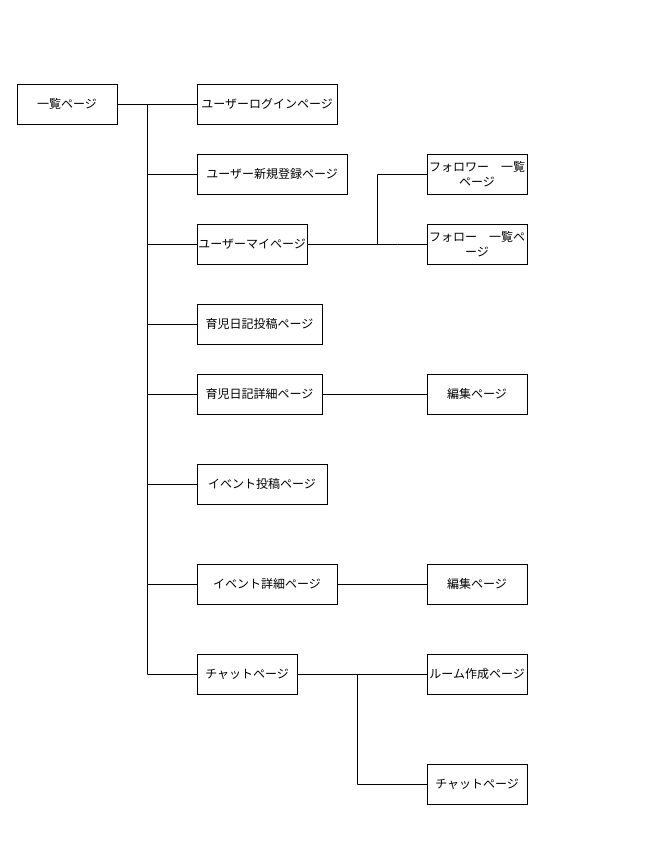
Before: draw.dio in ran-tomine/original-app, a draw.io diagram. Source tidied: cells renumbered, new cells numbered last; positions are measured from the earlier drawing's top-left corner, leaving out a move shared by most shapes. Both pictures are drawn from the tidied source at 100%, with x=0, y=0 at pixel (17, 84).
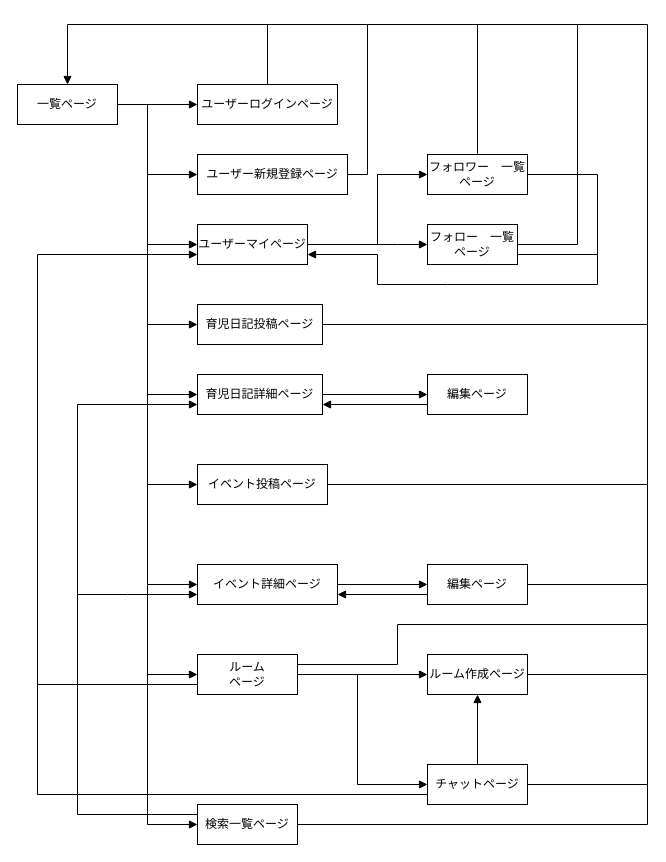
The same page after the edit.

The change refers to these unchanged cells:
```xml
<mxCell id="3" value="一覧ページ&lt;br&gt;" style="whiteSpace=wrap;html=1;align=center;" parent="1" vertex="1">
  <mxGeometry width="100" height="40" as="geometry" />
</mxCell>
<mxCell id="4" value="ユーザーログインページ&lt;br&gt;" style="whiteSpace=wrap;html=1;align=center;" parent="1" vertex="1">
  <mxGeometry x="180" width="140" height="40" as="geometry" />
</mxCell>
<mxCell id="7" value="ユーザー新規登録ページ&lt;br&gt;" style="whiteSpace=wrap;html=1;align=center;" parent="1" vertex="1">
  <mxGeometry x="180" y="70" width="150" height="40" as="geometry" />
</mxCell>
<mxCell id="9" value="ユーザーマイページ" style="whiteSpace=wrap;html=1;align=center;" parent="1" vertex="1">
  <mxGeometry x="180" y="140" width="110" height="40" as="geometry" />
</mxCell>
<mxCell id="11" value="育児日記投稿ページ" style="whiteSpace=wrap;html=1;align=center;" parent="1" vertex="1">
  <mxGeometry x="180" y="220" width="125" height="40" as="geometry" />
</mxCell>
<mxCell id="14" value="育児日記詳細ページ" style="whiteSpace=wrap;html=1;align=center;" parent="1" vertex="1">
  <mxGeometry x="180" y="290" width="125" height="40" as="geometry" />
</mxCell>
<mxCell id="16" value="イベント投稿ページ" style="whiteSpace=wrap;html=1;align=center;" parent="1" vertex="1">
  <mxGeometry x="180" y="380" width="130" height="40" as="geometry" />
</mxCell>
<mxCell id="19" value="イベント詳細ページ" style="whiteSpace=wrap;html=1;align=center;" parent="1" vertex="1">
  <mxGeometry x="180" y="480" width="140" height="40" as="geometry" />
</mxCell>
<mxCell id="22" value="フォロワー　一覧ページ" style="whiteSpace=wrap;html=1;align=center;" parent="1" vertex="1">
  <mxGeometry x="410" y="70" width="100" height="40" as="geometry" />
</mxCell>
<mxCell id="23" value="編集ページ" style="whiteSpace=wrap;html=1;align=center;" parent="1" vertex="1">
  <mxGeometry x="410" y="290" width="100" height="40" as="geometry" />
</mxCell>
<mxCell id="24" value="編集ページ" style="whiteSpace=wrap;html=1;align=center;" parent="1" vertex="1">
  <mxGeometry x="410" y="480" width="100" height="40" as="geometry" />
</mxCell>
<mxCell id="28" value="ルーム作成ページ" style="whiteSpace=wrap;html=1;align=center;" parent="1" vertex="1">
  <mxGeometry x="410" y="570" width="100" height="40" as="geometry" />
</mxCell>
<mxCell id="30" value="チャットページ" style="whiteSpace=wrap;html=1;align=center;" parent="1" vertex="1">
  <mxGeometry x="410" y="680" width="100" height="40" as="geometry" />
</mxCell>
```

Diff of the diagram source:
```diff
@@
-    <mxCell id="2" style="edgeStyle=none;html=1;exitX=1;exitY=0.5;exitDx=0;exitDy=0;entryX=0;entryY=0.5;entryDx=0;entryDy=0;rounded=0;endArrow=none;endFill=0;" parent="1" edge="1" source="3" target="4">
+    <mxCell id="2" style="edgeStyle=none;html=1;exitX=1;exitY=0.5;exitDx=0;exitDy=0;entryX=0;entryY=0.5;entryDx=0;entryDy=0;rounded=0;endArrow=block;endFill=1;" parent="1" edge="1" source="3" target="4">
       <mxGeometry relative="1" as="geometry" />
     </mxCell>
@@
+    <mxCell id="31" style="edgeStyle=none;html=1;exitX=0.5;exitY=0;exitDx=0;exitDy=0;endArrow=block;endFill=1;entryX=0.5;entryY=0;entryDx=0;entryDy=0;rounded=0;" parent="1" edge="1" source="4" target="3">
+      <mxGeometry relative="1" as="geometry">
+        <Array as="points">
+          <mxPoint x="250" y="-60" />
+          <mxPoint x="50" y="-60" />
+        </Array>
+      </mxGeometry>
+    </mxCell>
@@
-    <mxCell id="5" style="edgeStyle=none;html=1;exitX=0;exitY=0.5;exitDx=0;exitDy=0;rounded=0;endArrow=none;endFill=0;" parent="1" edge="1" source="7">
+    <mxCell id="5" style="edgeStyle=none;html=1;exitX=0;exitY=0.5;exitDx=0;exitDy=0;rounded=0;endArrow=none;endFill=0;startArrow=block;startFill=1;" parent="1" edge="1" source="7">
       <mxGeometry relative="1" as="geometry">
         <mxPoint x="130" y="20" as="targetPoint" />
         <Array as="points">
           <mxPoint x="130" y="90" />
         </Array>
       </mxGeometry>
     </mxCell>
-    <mxCell id="6" style="edgeStyle=none;html=1;exitX=1;exitY=0.5;exitDx=0;exitDy=0;entryX=0;entryY=0.5;entryDx=0;entryDy=0;endArrow=none;endFill=0;" parent="1" edge="1" source="9" target="20">
+    <mxCell id="6" style="edgeStyle=none;html=1;exitX=1;exitY=0.5;exitDx=0;exitDy=0;entryX=0;entryY=0.5;entryDx=0;entryDy=0;endArrow=block;endFill=1;" parent="1" edge="1" source="9" target="20">
       <mxGeometry relative="1" as="geometry">
         <Array as="points">
           <mxPoint x="370" y="160" />
         </Array>
       </mxGeometry>
     </mxCell>
+    <mxCell id="32" style="edgeStyle=none;rounded=0;html=1;exitX=1;exitY=0.5;exitDx=0;exitDy=0;endArrow=none;endFill=0;" parent="1" edge="1" source="7">
+      <mxGeometry relative="1" as="geometry">
+        <mxPoint x="250" y="-60" as="targetPoint" />
+        <Array as="points">
+          <mxPoint x="350" y="90" />
+          <mxPoint x="350" y="-60" />
+        </Array>
+      </mxGeometry>
+    </mxCell>
@@
-    <mxCell id="8" style="edgeStyle=none;html=1;exitX=0;exitY=0.5;exitDx=0;exitDy=0;rounded=0;endArrow=none;endFill=0;" parent="1" edge="1" source="9">
+    <mxCell id="8" style="edgeStyle=none;html=1;exitX=0;exitY=0.5;exitDx=0;exitDy=0;rounded=0;endArrow=none;endFill=0;startArrow=block;startFill=1;" parent="1" edge="1" source="9">
       <mxGeometry relative="1" as="geometry">
         <mxPoint x="130" y="80" as="targetPoint" />
         <Array as="points">
           <mxPoint x="130" y="160" />
         </Array>
       </mxGeometry>
     </mxCell>
@@
-    <mxCell id="10" style="edgeStyle=none;html=1;exitX=0;exitY=0.5;exitDx=0;exitDy=0;endArrow=none;endFill=0;rounded=0;" parent="1" edge="1" source="11">
+    <mxCell id="10" style="edgeStyle=none;html=1;exitX=0;exitY=0.5;exitDx=0;exitDy=0;endArrow=none;endFill=0;rounded=0;startArrow=block;startFill=1;" parent="1" edge="1" source="11">
       <mxGeometry relative="1" as="geometry">
         <mxPoint x="130" y="160" as="targetPoint" />
         <Array as="points">
           <mxPoint x="130" y="240" />
         </Array>
       </mxGeometry>
     </mxCell>
+    <mxCell id="33" style="edgeStyle=none;rounded=0;html=1;exitX=1;exitY=0.5;exitDx=0;exitDy=0;startArrow=none;startFill=0;endArrow=none;endFill=0;" parent="1" edge="1" source="11">
+      <mxGeometry relative="1" as="geometry">
+        <mxPoint x="560" y="-60" as="targetPoint" />
+        <Array as="points">
+          <mxPoint x="630" y="240" />
+          <mxPoint x="630" y="-60" />
+        </Array>
+      </mxGeometry>
+    </mxCell>
@@
-    <mxCell id="12" style="edgeStyle=none;html=1;exitX=0;exitY=0.5;exitDx=0;exitDy=0;rounded=0;endArrow=none;endFill=0;" parent="1" edge="1" source="14">
+    <mxCell id="12" style="edgeStyle=none;html=1;exitX=0;exitY=0.5;exitDx=0;exitDy=0;rounded=0;endArrow=none;endFill=0;startArrow=block;startFill=1;" parent="1" edge="1" source="14">
       <mxGeometry relative="1" as="geometry">
         <mxPoint x="130" y="240" as="targetPoint" />
         <Array as="points">
           <mxPoint x="130" y="310" />
         </Array>
       </mxGeometry>
     </mxCell>
-    <mxCell id="13" style="edgeStyle=none;html=1;exitX=1;exitY=0.5;exitDx=0;exitDy=0;entryX=0;entryY=0.5;entryDx=0;entryDy=0;endArrow=none;endFill=0;" parent="1" edge="1" source="14" target="23">
+    <mxCell id="13" style="edgeStyle=none;html=1;exitX=1;exitY=0.5;exitDx=0;exitDy=0;entryX=0;entryY=0.5;entryDx=0;entryDy=0;endArrow=block;endFill=1;" parent="1" edge="1" source="14" target="23">
       <mxGeometry relative="1" as="geometry" />
     </mxCell>
+    <mxCell id="34" style="edgeStyle=none;rounded=0;html=1;exitX=0;exitY=0.75;exitDx=0;exitDy=0;startArrow=block;startFill=1;endArrow=none;endFill=0;" parent="1" edge="1" source="14">
+      <mxGeometry relative="1" as="geometry">
+        <mxPoint x="60" y="510" as="targetPoint" />
+        <Array as="points">
+          <mxPoint x="60" y="320" />
+        </Array>
+      </mxGeometry>
+    </mxCell>
@@
-    <mxCell id="15" style="edgeStyle=none;html=1;exitX=0;exitY=0.5;exitDx=0;exitDy=0;rounded=0;endArrow=none;endFill=0;" parent="1" edge="1" source="16">
+    <mxCell id="15" style="edgeStyle=none;html=1;exitX=0;exitY=0.5;exitDx=0;exitDy=0;rounded=0;endArrow=none;endFill=0;startArrow=block;startFill=1;" parent="1" edge="1" source="16">
       <mxGeometry relative="1" as="geometry">
         <mxPoint x="130" y="310" as="targetPoint" />
         <Array as="points">
           <mxPoint x="130" y="400" />
         </Array>
       </mxGeometry>
     </mxCell>
+    <mxCell id="35" style="edgeStyle=none;rounded=0;html=1;exitX=1;exitY=0.5;exitDx=0;exitDy=0;startArrow=none;startFill=0;endArrow=none;endFill=0;" parent="1" edge="1" source="16">
+      <mxGeometry relative="1" as="geometry">
+        <mxPoint x="630" y="240" as="targetPoint" />
+        <Array as="points">
+          <mxPoint x="630" y="400" />
+        </Array>
+      </mxGeometry>
+    </mxCell>
@@
-    <mxCell id="17" style="edgeStyle=none;html=1;exitX=0;exitY=0.5;exitDx=0;exitDy=0;rounded=0;endArrow=none;endFill=0;" parent="1" edge="1" source="19">
+    <mxCell id="17" style="edgeStyle=none;html=1;exitX=0;exitY=0.5;exitDx=0;exitDy=0;rounded=0;endArrow=none;endFill=0;startArrow=block;startFill=1;" parent="1" edge="1" source="19">
       <mxGeometry relative="1" as="geometry">
         <mxPoint x="130" y="400" as="targetPoint" />
         <Array as="points">
           <mxPoint x="130" y="500" />
         </Array>
       </mxGeometry>
     </mxCell>
-    <mxCell id="18" style="edgeStyle=none;html=1;endArrow=none;endFill=0;" parent="1" edge="1" source="19" target="24">
+    <mxCell id="18" style="edgeStyle=none;html=1;endArrow=block;endFill=1;startArrow=none;startFill=0;" parent="1" edge="1" source="19" target="24">
       <mxGeometry relative="1" as="geometry" />
     </mxCell>
@@
+    <mxCell id="36" style="edgeStyle=none;rounded=0;html=1;exitX=1;exitY=0.5;exitDx=0;exitDy=0;startArrow=none;startFill=0;endArrow=none;endFill=0;" parent="1" edge="1" source="20">
+      <mxGeometry relative="1" as="geometry">
+        <mxPoint x="460" y="-60" as="targetPoint" />
+        <Array as="points">
+          <mxPoint x="560" y="160" />
+          <mxPoint x="560" y="-60" />
+        </Array>
+      </mxGeometry>
+    </mxCell>
+    <mxCell id="37" style="edgeStyle=none;rounded=0;html=1;exitX=1;exitY=0.75;exitDx=0;exitDy=0;startArrow=none;startFill=0;endArrow=none;endFill=0;" parent="1" edge="1" source="20">
+      <mxGeometry relative="1" as="geometry">
+        <mxPoint x="580" y="170" as="targetPoint" />
+      </mxGeometry>
+    </mxCell>
     <mxCell id="20" value="フォロー　一覧ページ" style="whiteSpace=wrap;html=1;align=center;" parent="1" vertex="1">
-      <mxGeometry x="410" y="140" width="100" height="40" as="geometry" />
+      <mxGeometry x="410" y="140" width="90" height="40" as="geometry" />
     </mxCell>
-    <mxCell id="21" style="edgeStyle=none;rounded=0;html=1;exitX=0;exitY=0.5;exitDx=0;exitDy=0;endArrow=none;endFill=0;" parent="1" edge="1" source="22">
+    <mxCell id="21" style="edgeStyle=none;rounded=0;html=1;endArrow=none;endFill=0;startArrow=block;startFill=1;" parent="1" edge="1">
       <mxGeometry relative="1" as="geometry">
+        <mxPoint x="410" y="90" as="sourcePoint" />
         <mxPoint x="360" y="160" as="targetPoint" />
         <Array as="points">
           <mxPoint x="360" y="90" />
         </Array>
       </mxGeometry>
     </mxCell>
+    <mxCell id="38" style="edgeStyle=none;rounded=0;html=1;exitX=0.5;exitY=0;exitDx=0;exitDy=0;startArrow=none;startFill=0;endArrow=none;endFill=0;" parent="1" edge="1" source="22">
+      <mxGeometry relative="1" as="geometry">
+        <mxPoint x="350" y="-60" as="targetPoint" />
+        <Array as="points">
+          <mxPoint x="460" y="-60" />
+        </Array>
+      </mxGeometry>
+    </mxCell>
+    <mxCell id="39" style="edgeStyle=none;rounded=0;html=1;exitX=1;exitY=0.5;exitDx=0;exitDy=0;startArrow=none;startFill=0;endArrow=block;endFill=1;entryX=1;entryY=0.75;entryDx=0;entryDy=0;" parent="1" edge="1" source="22" target="9">
+      <mxGeometry relative="1" as="geometry">
+        <Array as="points">
+          <mxPoint x="580" y="90" />
+          <mxPoint x="580" y="200" />
+          <mxPoint x="430" y="200" />
+          <mxPoint x="360" y="200" />
+          <mxPoint x="360" y="170" />
+        </Array>
+      </mxGeometry>
+    </mxCell>
@@
+    <mxCell id="40" style="edgeStyle=none;rounded=0;html=1;exitX=0;exitY=0.75;exitDx=0;exitDy=0;entryX=1;entryY=0.75;entryDx=0;entryDy=0;startArrow=none;startFill=0;endArrow=block;endFill=1;" parent="1" edge="1" source="23" target="14">
+      <mxGeometry relative="1" as="geometry" />
+    </mxCell>
@@
+    <mxCell id="41" style="edgeStyle=none;rounded=0;html=1;exitX=0;exitY=0.75;exitDx=0;exitDy=0;entryX=1;entryY=0.75;entryDx=0;entryDy=0;startArrow=none;startFill=0;endArrow=block;endFill=1;" parent="1" edge="1" source="24" target="19">
+      <mxGeometry relative="1" as="geometry" />
+    </mxCell>
+    <mxCell id="42" style="edgeStyle=none;rounded=0;html=1;exitX=1;exitY=0.5;exitDx=0;exitDy=0;startArrow=none;startFill=0;endArrow=none;endFill=0;" parent="1" edge="1" source="24">
+      <mxGeometry relative="1" as="geometry">
+        <mxPoint x="630" y="400" as="targetPoint" />
+        <Array as="points">
+          <mxPoint x="630" y="500" />
+        </Array>
+      </mxGeometry>
+    </mxCell>
@@
-    <mxCell id="25" style="edgeStyle=none;html=1;exitX=0;exitY=0.5;exitDx=0;exitDy=0;rounded=0;endArrow=none;endFill=0;" parent="1" edge="1" source="27">
+    <mxCell id="25" style="edgeStyle=none;html=1;rounded=0;endArrow=none;endFill=0;startArrow=block;startFill=1;" parent="1" edge="1">
       <mxGeometry relative="1" as="geometry">
+        <mxPoint x="180" y="590" as="sourcePoint" />
         <mxPoint x="130" y="500" as="targetPoint" />
         <Array as="points">
           <mxPoint x="130" y="590" />
         </Array>
       </mxGeometry>
     </mxCell>
-    <mxCell id="26" style="edgeStyle=none;html=1;exitX=1;exitY=0.5;exitDx=0;exitDy=0;entryX=0;entryY=0.5;entryDx=0;entryDy=0;endArrow=none;endFill=0;" parent="1" edge="1" source="27" target="28">
+    <mxCell id="26" style="edgeStyle=none;html=1;exitX=1;exitY=0.5;exitDx=0;exitDy=0;entryX=0;entryY=0.5;entryDx=0;entryDy=0;endArrow=block;endFill=1;" parent="1" edge="1" source="27" target="28">
       <mxGeometry relative="1" as="geometry" />
     </mxCell>
+    <mxCell id="43" style="edgeStyle=none;rounded=0;html=1;exitX=1;exitY=0.25;exitDx=0;exitDy=0;startArrow=none;startFill=0;endArrow=none;endFill=0;" parent="1" edge="1" source="27">
+      <mxGeometry relative="1" as="geometry">
+        <mxPoint x="630" y="500" as="targetPoint" />
+        <Array as="points">
+          <mxPoint x="380" y="580" />
+          <mxPoint x="380" y="540" />
+          <mxPoint x="630" y="540" />
+        </Array>
+      </mxGeometry>
+    </mxCell>
+    <mxCell id="44" style="edgeStyle=none;rounded=0;html=1;exitX=0;exitY=0.75;exitDx=0;exitDy=0;startArrow=none;startFill=0;endArrow=none;endFill=0;" parent="1" edge="1" source="27">
+      <mxGeometry relative="1" as="geometry">
+        <mxPoint x="20" y="600" as="targetPoint" />
+      </mxGeometry>
+    </mxCell>
-    <mxCell id="27" value="チャットページ" style="whiteSpace=wrap;html=1;align=center;" parent="1" vertex="1">
+    <mxCell id="27" value="ルーム&lt;br&gt;ページ" style="whiteSpace=wrap;html=1;align=center;" parent="1" vertex="1">
       <mxGeometry x="180" y="570" width="100" height="40" as="geometry" />
     </mxCell>
+    <mxCell id="45" style="edgeStyle=none;rounded=0;html=1;exitX=1;exitY=0.5;exitDx=0;exitDy=0;startArrow=none;startFill=0;endArrow=none;endFill=0;" parent="1" edge="1" source="28">
+      <mxGeometry relative="1" as="geometry">
+        <mxPoint x="630" y="540" as="targetPoint" />
+        <Array as="points">
+          <mxPoint x="630" y="590" />
+        </Array>
+      </mxGeometry>
+    </mxCell>
@@
-    <mxCell id="29" style="edgeStyle=none;html=1;exitX=0;exitY=0.5;exitDx=0;exitDy=0;rounded=0;endArrow=none;endFill=0;" parent="1" edge="1" source="30">
+    <mxCell id="29" style="edgeStyle=none;html=1;exitX=0;exitY=0.5;exitDx=0;exitDy=0;rounded=0;endArrow=none;endFill=0;startArrow=block;startFill=1;" parent="1" edge="1" source="30">
       <mxGeometry relative="1" as="geometry">
         <mxPoint x="340" y="590" as="targetPoint" />
         <Array as="points">
           <mxPoint x="340" y="700" />
         </Array>
       </mxGeometry>
     </mxCell>
+    <mxCell id="46" style="edgeStyle=none;rounded=0;html=1;exitX=1;exitY=0.5;exitDx=0;exitDy=0;startArrow=none;startFill=0;endArrow=none;endFill=0;" parent="1" edge="1" source="30">
+      <mxGeometry relative="1" as="geometry">
+        <mxPoint x="630" y="590" as="targetPoint" />
+        <Array as="points">
+          <mxPoint x="630" y="700" />
+        </Array>
+      </mxGeometry>
+    </mxCell>
+    <mxCell id="47" style="edgeStyle=none;rounded=0;html=1;exitX=0.5;exitY=0;exitDx=0;exitDy=0;startArrow=none;startFill=0;endArrow=block;endFill=1;entryX=0.5;entryY=1;entryDx=0;entryDy=0;" parent="1" edge="1" source="30" target="28">
+      <mxGeometry relative="1" as="geometry" />
+    </mxCell>
+    <mxCell id="48" style="edgeStyle=none;rounded=0;html=1;exitX=0;exitY=0.75;exitDx=0;exitDy=0;startArrow=none;startFill=0;endArrow=block;endFill=1;entryX=0;entryY=0.75;entryDx=0;entryDy=0;" parent="1" edge="1" source="30" target="9">
+      <mxGeometry relative="1" as="geometry">
+        <Array as="points">
+          <mxPoint x="20" y="710" />
+          <mxPoint x="20" y="170" />
+        </Array>
+      </mxGeometry>
+    </mxCell>
@@
+    <mxCell id="49" style="edgeStyle=none;rounded=0;html=1;exitX=0;exitY=0.5;exitDx=0;exitDy=0;startArrow=block;startFill=1;endArrow=none;endFill=0;" parent="1" edge="1" source="52">
+      <mxGeometry relative="1" as="geometry">
+        <mxPoint x="130" y="590" as="targetPoint" />
+        <Array as="points">
+          <mxPoint x="130" y="740" />
+        </Array>
+      </mxGeometry>
+    </mxCell>
+    <mxCell id="50" style="edgeStyle=none;rounded=0;html=1;exitX=1;exitY=0.5;exitDx=0;exitDy=0;startArrow=none;startFill=0;endArrow=none;endFill=0;" parent="1" edge="1" source="52">
+      <mxGeometry relative="1" as="geometry">
+        <mxPoint x="630" y="700" as="targetPoint" />
+        <Array as="points">
+          <mxPoint x="630" y="740" />
+        </Array>
+      </mxGeometry>
+    </mxCell>
+    <mxCell id="51" style="edgeStyle=none;rounded=0;html=1;exitX=0;exitY=0.25;exitDx=0;exitDy=0;startArrow=none;startFill=0;endArrow=block;endFill=1;entryX=0;entryY=0.75;entryDx=0;entryDy=0;" parent="1" edge="1" source="52" target="19">
+      <mxGeometry relative="1" as="geometry">
+        <Array as="points">
+          <mxPoint x="60" y="730" />
+          <mxPoint x="60" y="510" />
+          <mxPoint x="110" y="510" />
+        </Array>
+      </mxGeometry>
+    </mxCell>
+    <mxCell id="52" value="検索一覧ページ" style="whiteSpace=wrap;html=1;align=center;" parent="1" vertex="1">
+      <mxGeometry x="180" y="720" width="100" height="40" as="geometry" />
+    </mxCell>
```
